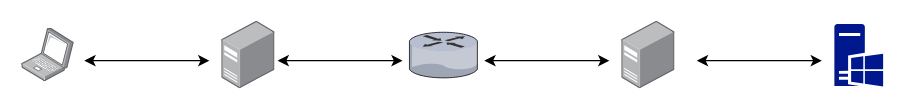
This is GoDeepArchitecture.drawio from Ryan-T-Bell/GoDeep, a draw.io file, before an edit. Source tidied: cells renumbered, new cells numbered last; positions are measured from the earlier drawing's top-left corner, leaving out a move shared by most shapes. Both pictures are drawn from the tidied source at 125%, with x=0, y=0 at pixel (21, 21).
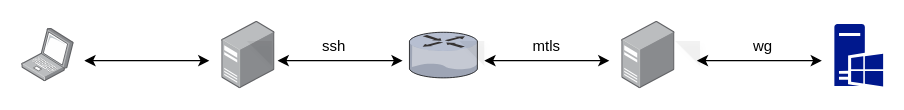
The same page after the edit.

The edit, as a diff of the source:
```diff
@@
 <mxGraphModel>
   <root>
     <mxCell id="0" />
     <mxCell id="1" parent="0" />
     <mxCell id="2" style="html=1;align=center;shadow=0;dashed=0;image;image=img/lib/allied_telesis/computer_and_terminals/Laptop.svg;" parent="1" vertex="1">
       <mxGeometry y="5.3" width="42" height="42.6" as="geometry" />
     </mxCell>
     <mxCell id="3" style="html=1;align=center;shadow=0;dashed=0;image;image=img/lib/allied_telesis/computer_and_terminals/Server_Desktop.svg;" parent="1" vertex="1">
       <mxGeometry x="160" y="-0.4" width="42.6" height="54" as="geometry" />
     </mxCell>
     <mxCell id="4" style="verticalLabelPosition=bottom;sketch=0;html=1;verticalAlign=top;strokeColor=none;align=center;shape=mxgraph.citrix.router;" parent="1" vertex="1">
       <mxGeometry x="310" y="8.3" width="55" height="36.5" as="geometry" />
     </mxCell>
     <mxCell id="5" style="sketch=0;shadow=0;dashed=0;html=1;strokeColor=none;labelPosition=center;verticalLabelPosition=bottom;verticalAlign=top;align=center;fillColor=#00188D;shape=mxgraph.mscae.enterprise.windows_server;" parent="1" vertex="1">
       <mxGeometry x="650" y="1.6" width="39" height="50" as="geometry" />
     </mxCell>
     <mxCell id="6" style="html=1;align=center;shadow=0;dashed=0;image;image=img/lib/allied_telesis/computer_and_terminals/Server_Desktop.svg;" parent="1" vertex="1">
       <mxGeometry x="480" y="-0.4" width="42.6" height="54" as="geometry" />
     </mxCell>
     <mxCell id="7" style="endArrow=classic;startArrow=classic;html=1;rounded=0;" parent="1" edge="1">
       <mxGeometry relative="1" as="geometry">
         <mxPoint x="50" y="31" as="sourcePoint" />
         <mxPoint x="150" y="31" as="targetPoint" />
       </mxGeometry>
     </mxCell>
     <mxCell id="8" style="endArrow=classic;startArrow=classic;html=1;rounded=0;" parent="1" edge="1">
       <mxGeometry relative="1" as="geometry">
         <mxPoint x="204.6" y="31" as="sourcePoint" />
         <mxPoint x="304.6" y="31" as="targetPoint" />
       </mxGeometry>
     </mxCell>
     <mxCell id="9" style="endArrow=classic;startArrow=classic;html=1;rounded=0;" parent="1" edge="1">
       <mxGeometry relative="1" as="geometry">
         <mxPoint x="370" y="31" as="sourcePoint" />
         <mxPoint x="470" y="31" as="targetPoint" />
       </mxGeometry>
     </mxCell>
     <mxCell id="10" style="endArrow=classic;startArrow=classic;html=1;rounded=0;" parent="1" edge="1">
       <mxGeometry relative="1" as="geometry">
         <mxPoint x="540" y="31" as="sourcePoint" />
         <mxPoint x="640" y="31" as="targetPoint" />
       </mxGeometry>
     </mxCell>
+    <mxCell id="11" value="ssh" style="shape=note;whiteSpace=wrap;html=1;backgroundOutline=1;fontColor=#000000;darkOpacity=0.05;fillColor=none;strokeColor=none;fillStyle=solid;direction=west;gradientDirection=north;gradientColor=#FFF2A1;shadow=1;size=20;" parent="1" vertex="1">
+      <mxGeometry x="180" y="5.3" width="140" height="30" as="geometry" />
+    </mxCell>
+    <mxCell id="12" value="mtls" style="shape=note;whiteSpace=wrap;html=1;backgroundOutline=1;fontColor=#000000;darkOpacity=0.05;fillColor=none;strokeColor=none;fillStyle=solid;direction=west;gradientDirection=north;gradientColor=#FFF2A1;shadow=1;size=20;" parent="1" vertex="1">
+      <mxGeometry x="350" y="5.3" width="140" height="30" as="geometry" />
+    </mxCell>
+    <mxCell id="13" value="wg" style="shape=note;whiteSpace=wrap;html=1;backgroundOutline=1;fontColor=#000000;darkOpacity=0.05;fillColor=none;strokeColor=none;fillStyle=solid;direction=west;gradientDirection=north;gradientColor=#FFF2A1;shadow=1;size=20;" parent="1" vertex="1">
+      <mxGeometry x="522.6" y="5.3" width="140" height="30" as="geometry" />
+    </mxCell>
   </root>
 </mxGraphModel>
```
